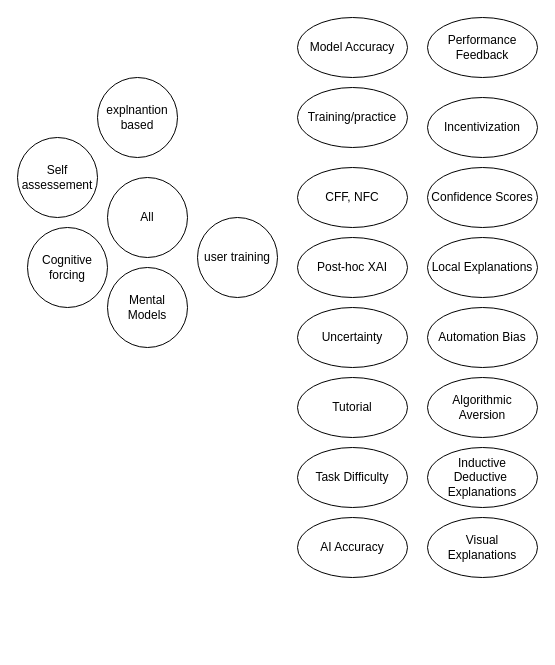
This is ext/chi-rev-method-overview.drawio from raeeschaudhary/Coursera_Exams, a draw.io file, before an edit. Source tidied: cells renumbered, new cells numbered last; positions are measured from the earlier drawing's top-left corner, leaving out a move shared by most shapes. Both pictures are drawn from the tidied source at 100%, with x=0, y=0 at pixel (17, 17).
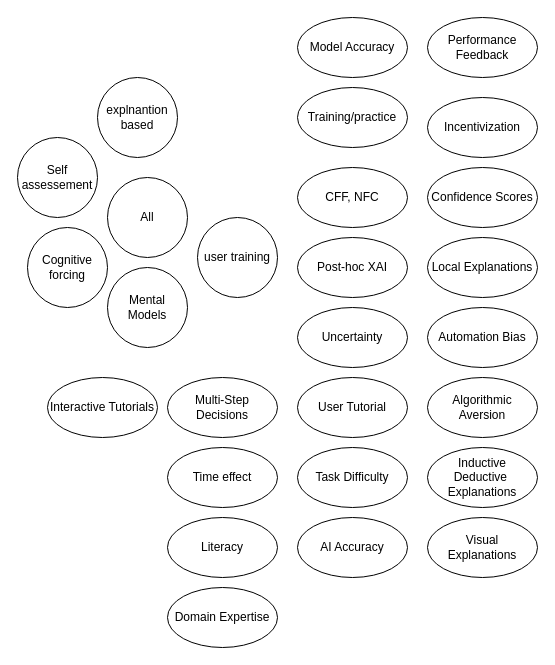
After the change.

The edit, as a diff of the source:
```diff
@@
-    <mxCell id="20" value="Tutorial" style="ellipse;whiteSpace=wrap;html=1;" parent="1" vertex="1">
+    <mxCell id="20" value="User Tutorial" style="ellipse;whiteSpace=wrap;html=1;" parent="1" vertex="1">
       <mxGeometry x="280" y="360" width="110" height="60" as="geometry" />
     </mxCell>
@@
+    <mxCell id="24" value="Multi-Step Decisions" style="ellipse;whiteSpace=wrap;html=1;" parent="1" vertex="1">
+      <mxGeometry x="150" y="360" width="110" height="60" as="geometry" />
+    </mxCell>
+    <mxCell id="25" value="Time effect" style="ellipse;whiteSpace=wrap;html=1;" parent="1" vertex="1">
+      <mxGeometry x="150" y="430" width="110" height="60" as="geometry" />
+    </mxCell>
+    <mxCell id="26" value="Literacy" style="ellipse;whiteSpace=wrap;html=1;" parent="1" vertex="1">
+      <mxGeometry x="150" y="500" width="110" height="60" as="geometry" />
+    </mxCell>
+    <mxCell id="27" value="Interactive Tutorials" style="ellipse;whiteSpace=wrap;html=1;" parent="1" vertex="1">
+      <mxGeometry x="30" y="360" width="110" height="60" as="geometry" />
+    </mxCell>
+    <mxCell id="28" value="Domain Expertise" style="ellipse;whiteSpace=wrap;html=1;" parent="1" vertex="1">
+      <mxGeometry x="150" y="570" width="110" height="60" as="geometry" />
+    </mxCell>
```
